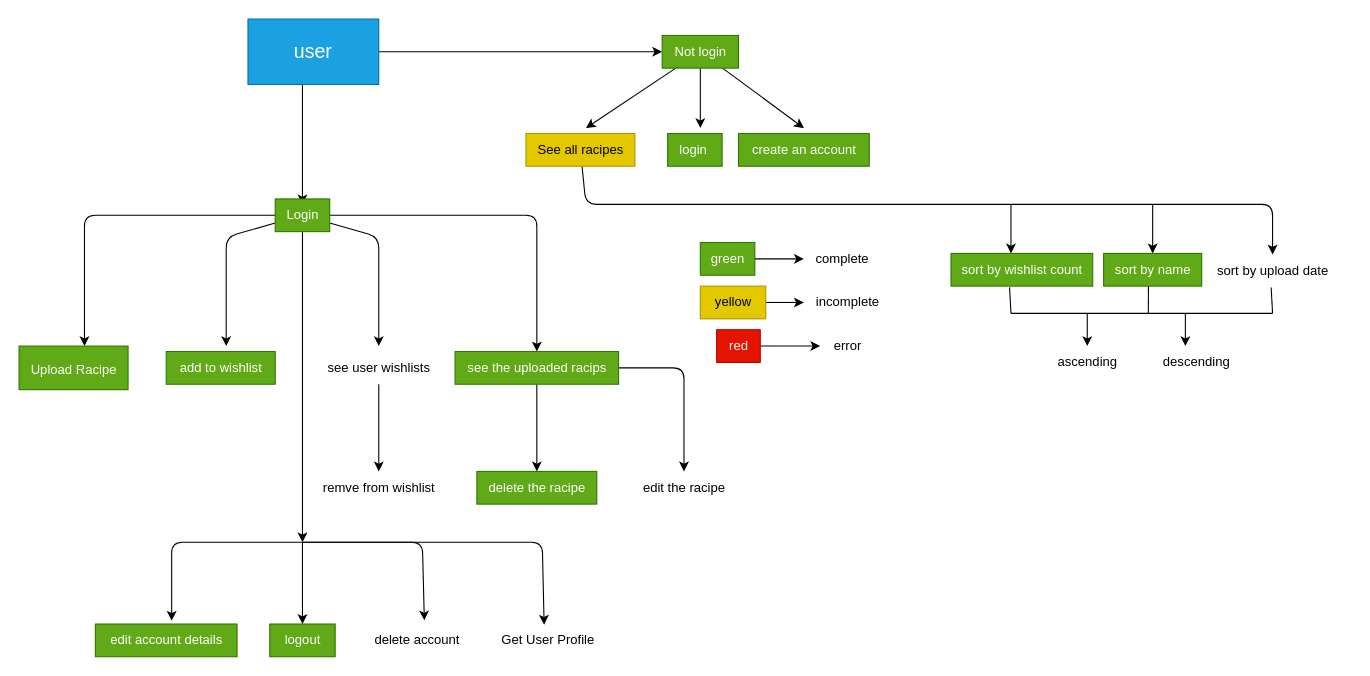
Above: planning.drawio in aamir-067/racipe-project (draw.io), before the change. Source tidied: cells renumbered, new cells numbered last; positions are measured from the earlier drawing's top-left corner, leaving out a move shared by most shapes. Both pictures are drawn from the tidied source at 109%, with x=0, y=0 at pixel (19, 19).
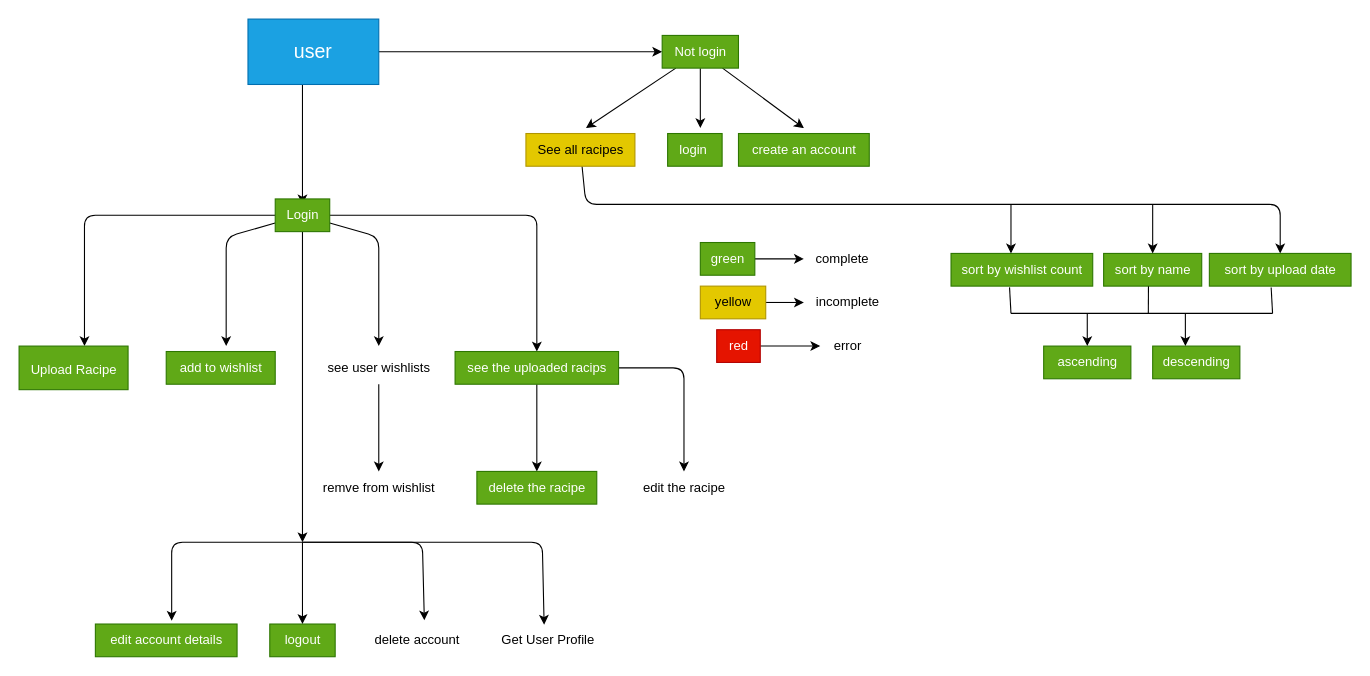
The same diagram, later.

Commit message (it also covers changes not shown here):
added getRecipes sorted by date endpoint

Unchanged cells that the change refers to:
```xml
<mxCell id="23" value="See all racipes" style="text;html=1;align=center;verticalAlign=middle;points=[];strokeColor=#B09500;fillColor=#e3c800;fontSize=12;fontColor=#000000;" parent="1" vertex="1">
  <mxGeometry x="465" y="105" width="100" height="30" as="geometry" />
</mxCell>
```

Diff of the diagram source:
```diff
@@
     <mxCell id="22" style="edgeStyle=none;html=1;" parent="1" edge="1" source="23" target="45">
       <mxGeometry relative="1" as="geometry">
         <Array as="points">
           <mxPoint x="520" y="170" />
-          <mxPoint x="1150" y="170" />
+          <mxPoint x="1157" y="170" />
         </Array>
       </mxGeometry>
     </mxCell>
@@
-    <mxCell id="45" value="sort by upload date" style="text;html=1;align=center;verticalAlign=middle;points=[];strokeColor=none;fillColor=none;" parent="1" vertex="1">
-      <mxGeometry x="1085" y="216" width="130" height="30" as="geometry" />
+    <mxCell id="45" value="sort by upload date" style="text;html=1;align=center;verticalAlign=middle;points=[];strokeColor=#2D7600;fillColor=#60a917;fontColor=#ffffff;" parent="1" vertex="1">
+      <mxGeometry x="1092" y="215" width="130" height="30" as="geometry" />
     </mxCell>
-    <mxCell id="46" value="ascending" style="text;html=1;align=center;verticalAlign=middle;points=[];strokeColor=none;fillColor=none;" parent="1" vertex="1">
+    <mxCell id="46" value="ascending" style="text;html=1;align=center;verticalAlign=middle;points=[];strokeColor=#2D7600;fillColor=#60a917;fontColor=#ffffff;" parent="1" vertex="1">
       <mxGeometry x="940" y="300" width="80" height="30" as="geometry" />
     </mxCell>
-    <mxCell id="47" value="descending" style="text;html=1;align=center;verticalAlign=middle;strokeColor=none;fillColor=none;" parent="1" vertex="1">
+    <mxCell id="47" value="descending" style="text;html=1;align=center;verticalAlign=middle;strokeColor=#2D7600;fillColor=#60a917;fontColor=#ffffff;" parent="1" vertex="1">
       <mxGeometry x="1040" y="300" width="80" height="30" as="geometry" />
     </mxCell>
```
